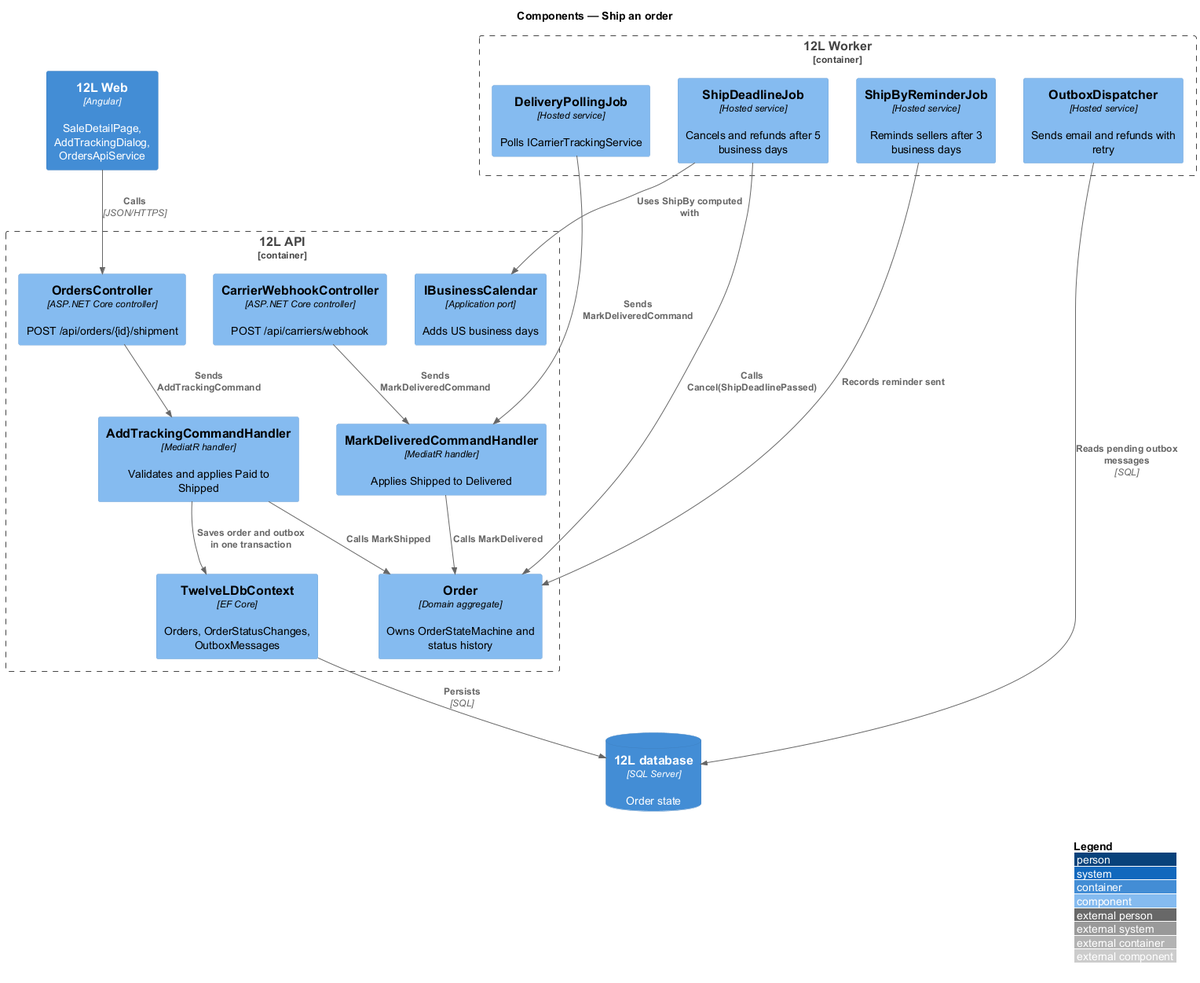
This is docs/detailed-designs/orders/ship-order/diagrams/c4-component.png from QuinntyneBrown/12l, a PlantUML export, as it was before one commit.
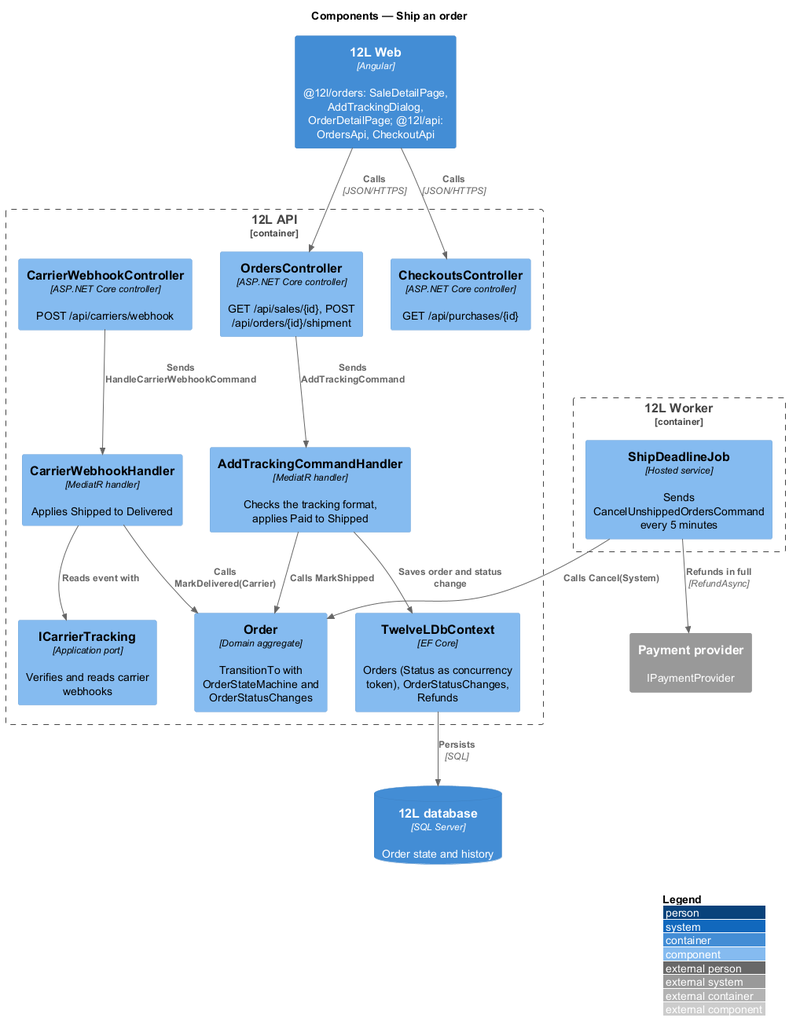
Later version of the same file.

The edit, as a diff of the source:
```diff
@@ -3,34 +3,32 @@
 LAYOUT_WITH_LEGEND()
 title Components — Ship an order
 
-Container(web, "12L Web", "Angular", "SaleDetailPage, AddTrackingDialog, OrdersApiService")
+Container(web, "12L Web", "Angular", "@12l/orders: SaleDetailPage, AddTrackingDialog, OrderDetailPage; @12l/api: OrdersApi, CheckoutApi")
 Container_Boundary(api, "12L API") {
-  Component(ctrl, "OrdersController", "ASP.NET Core controller", "POST /api/orders/{id}/shipment")
+  Component(ctrl, "OrdersController", "ASP.NET Core controller", "GET /api/sales/{id}, POST /api/orders/{id}/shipment")
+  Component(pur, "CheckoutsController", "ASP.NET Core controller", "GET /api/purchases/{id}")
   Component(cwh, "CarrierWebhookController", "ASP.NET Core controller", "POST /api/carriers/webhook")
-  Component(h, "AddTrackingCommandHandler", "MediatR handler", "Validates and applies Paid to Shipped")
-  Component(hd, "MarkDeliveredCommandHandler", "MediatR handler", "Applies Shipped to Delivered")
-  Component(order, "Order", "Domain aggregate", "Owns OrderStateMachine and status history")
-  Component(cal, "IBusinessCalendar", "Application port", "Adds US business days")
-  Component(repo, "TwelveLDbContext", "EF Core", "Orders, OrderStatusChanges, OutboxMessages")
+  Component(h, "AddTrackingCommandHandler", "MediatR handler", "Checks the tracking format, applies Paid to Shipped")
+  Component(hd, "CarrierWebhookHandler", "MediatR handler", "Applies Shipped to Delivered")
+  Component(order, "Order", "Domain aggregate", "TransitionTo with OrderStateMachine and OrderStatusChanges")
+  Component(port, "ICarrierTracking", "Application port", "Verifies and reads carrier webhooks")
+  Component(repo, "TwelveLDbContext", "EF Core", "Orders (Status as concurrency token), OrderStatusChanges, Refunds")
 }
 Container_Boundary(worker, "12L Worker") {
-  Component(rem, "ShipByReminderJob", "Hosted service", "Reminds sellers after 3 business days")
-  Component(dl, "ShipDeadlineJob", "Hosted service", "Cancels and refunds after 5 business days")
-  Component(poll, "DeliveryPollingJob", "Hosted service", "Polls ICarrierTrackingService")
-  Component(out, "OutboxDispatcher", "Hosted service", "Sends email and refunds with retry")
+  Component(dl, "ShipDeadlineJob", "Hosted service", "Sends CancelUnshippedOrdersCommand every 5 minutes")
 }
-ContainerDb(db, "12L database", "SQL Server", "Order state")
+ContainerDb(db, "12L database", "SQL Server", "Order state and history")
+System_Ext(pay, "Payment provider", "IPaymentProvider")
 
 Rel(web, ctrl, "Calls", "JSON/HTTPS")
+Rel(web, pur, "Calls", "JSON/HTTPS")
 Rel(ctrl, h, "Sends AddTrackingCommand")
-Rel(cwh, hd, "Sends MarkDeliveredCommand")
-Rel(poll, hd, "Sends MarkDeliveredCommand")
+Rel(cwh, hd, "Sends HandleCarrierWebhookCommand")
+Rel(hd, port, "Reads event with")
 Rel(h, order, "Calls MarkShipped")
-Rel(hd, order, "Calls MarkDelivered")
-Rel(rem, order, "Records reminder sent")
-Rel(dl, order, "Calls Cancel(ShipDeadlinePassed)")
-Rel(h, repo, "Saves order and outbox in one transaction")
-Rel(dl, cal, "Uses ShipBy computed with")
+Rel(hd, order, "Calls MarkDelivered(Carrier)")
+Rel(dl, order, "Calls Cancel(System)")
+Rel(dl, pay, "Refunds in full", "RefundAsync")
+Rel(h, repo, "Saves order and status change")
 Rel(repo, db, "Persists", "SQL")
-Rel(out, db, "Reads pending outbox messages", "SQL")
 @enduml
```
